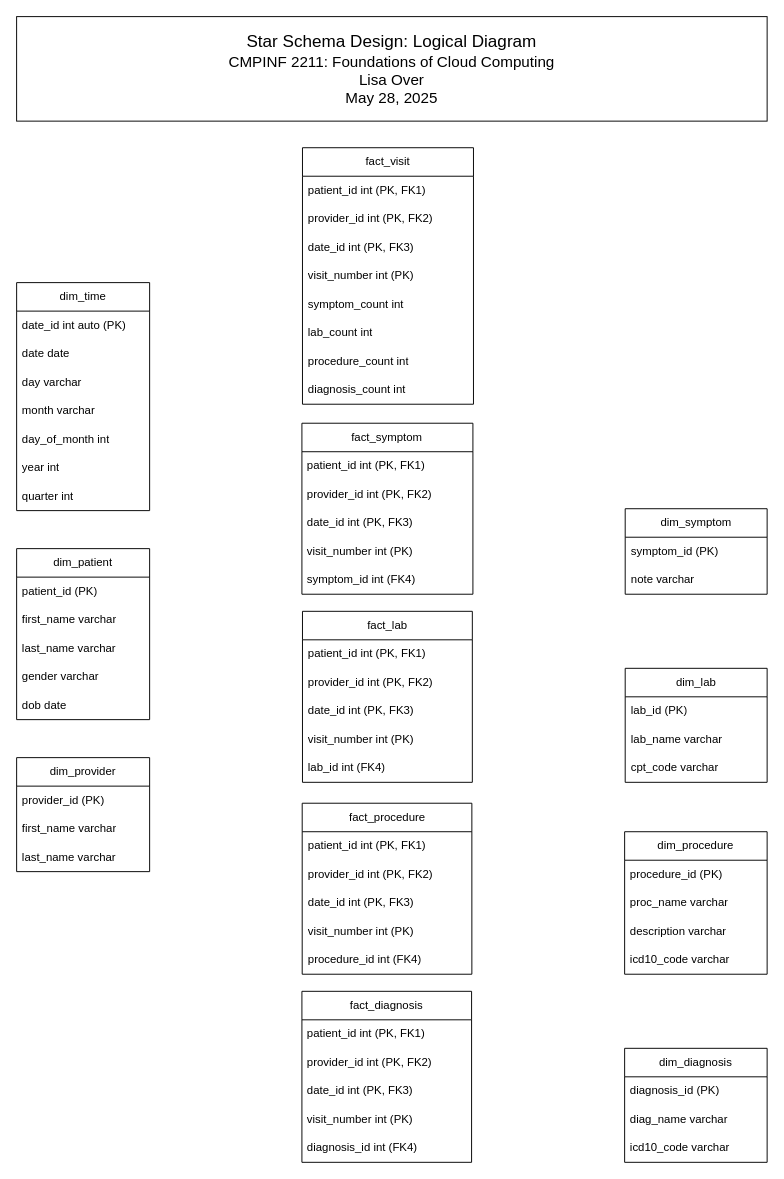
Before: EMR_Star_Schema/emr_star_schema_logic_diagram.drawio in sandbox-lisa/drawio, a draw.io diagram. Source tidied: cells renumbered, new cells numbered last; positions are measured from the earlier drawing's top-left corner, leaving out a move shared by most shapes. Both pictures are drawn from the tidied source at 95%, with x=0, y=0 at pixel (16, 16).
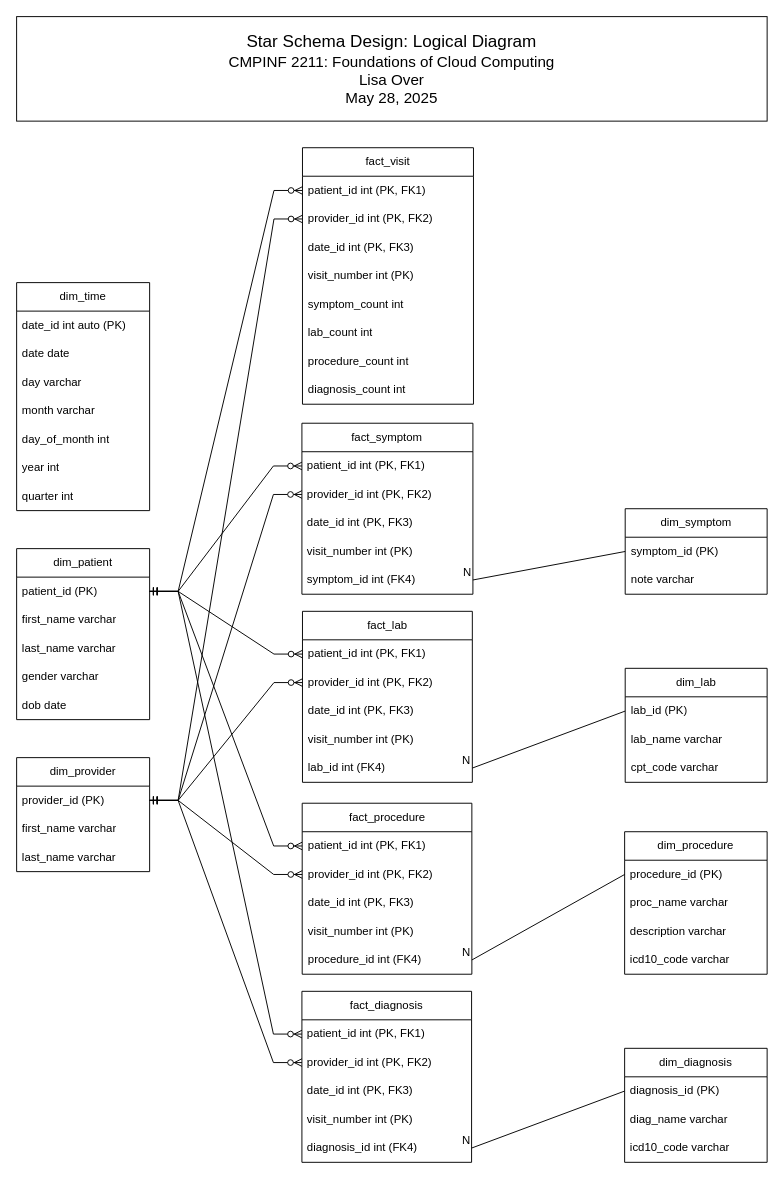
Above is the later version.

The change refers to these unchanged cells:
```xml
<mxCell id="3" value="patient_id int (PK, FK1)" style="text;strokeColor=none;fillColor=none;align=left;verticalAlign=middle;spacingLeft=4;spacingRight=4;overflow=hidden;points=[[0,0.5],[1,0.5]];portConstraint=eastwest;whiteSpace=wrap;html=1;" parent="2" vertex="1">
  <mxGeometry y="30" width="180" height="30" as="geometry" />
</mxCell>
<mxCell id="4" value="provider_id int (PK, FK2)" style="text;strokeColor=none;fillColor=none;align=left;verticalAlign=middle;spacingLeft=4;spacingRight=4;overflow=hidden;points=[[0,0.5],[1,0.5]];portConstraint=eastwest;whiteSpace=wrap;html=1;" parent="2" vertex="1">
  <mxGeometry y="60" width="180" height="30" as="geometry" />
</mxCell>
<mxCell id="20" value="patient_id (PK)" style="text;strokeColor=none;fillColor=none;align=left;verticalAlign=middle;spacingLeft=4;spacingRight=4;overflow=hidden;points=[[0,0.5],[1,0.5]];portConstraint=eastwest;whiteSpace=wrap;html=1;" parent="19" vertex="1">
  <mxGeometry y="30" width="140" height="30" as="geometry" />
</mxCell>
<mxCell id="26" value="provider_id (PK)" style="text;strokeColor=none;fillColor=none;align=left;verticalAlign=middle;spacingLeft=4;spacingRight=4;overflow=hidden;points=[[0,0.5],[1,0.5]];portConstraint=eastwest;whiteSpace=wrap;html=1;" parent="25" vertex="1">
  <mxGeometry y="30" width="140" height="30" as="geometry" />
</mxCell>
<mxCell id="30" value="diagnosis_id (PK)" style="text;strokeColor=none;fillColor=none;align=left;verticalAlign=middle;spacingLeft=4;spacingRight=4;overflow=hidden;points=[[0,0.5],[1,0.5]];portConstraint=eastwest;whiteSpace=wrap;html=1;" parent="29" vertex="1">
  <mxGeometry y="30" width="150" height="30" as="geometry" />
</mxCell>
<mxCell id="34" value="symptom_id (PK)" style="text;strokeColor=none;fillColor=none;align=left;verticalAlign=middle;spacingLeft=4;spacingRight=4;overflow=hidden;points=[[0,0.5],[1,0.5]];portConstraint=eastwest;whiteSpace=wrap;html=1;" parent="33" vertex="1">
  <mxGeometry y="30" width="149.4" height="30" as="geometry" />
</mxCell>
<mxCell id="38" value="patient_id int (PK, FK1)" style="text;strokeColor=none;fillColor=none;align=left;verticalAlign=middle;spacingLeft=4;spacingRight=4;overflow=hidden;points=[[0,0.5],[1,0.5]];portConstraint=eastwest;whiteSpace=wrap;html=1;" parent="37" vertex="1">
  <mxGeometry y="30" width="180" height="30" as="geometry" />
</mxCell>
<mxCell id="39" value="provider_id int (PK, FK2)" style="text;strokeColor=none;fillColor=none;align=left;verticalAlign=middle;spacingLeft=4;spacingRight=4;overflow=hidden;points=[[0,0.5],[1,0.5]];portConstraint=eastwest;whiteSpace=wrap;html=1;" parent="37" vertex="1">
  <mxGeometry y="60" width="180" height="30" as="geometry" />
</mxCell>
<mxCell id="42" value="symptom_id int&amp;nbsp;(FK4)" style="text;strokeColor=none;fillColor=none;align=left;verticalAlign=middle;spacingLeft=4;spacingRight=4;overflow=hidden;points=[[0,0.5],[1,0.5]];portConstraint=eastwest;whiteSpace=wrap;html=1;" parent="37" vertex="1">
  <mxGeometry y="150" width="180" height="30" as="geometry" />
</mxCell>
<mxCell id="44" value="patient_id int (PK, FK1)" style="text;strokeColor=none;fillColor=none;align=left;verticalAlign=middle;spacingLeft=4;spacingRight=4;overflow=hidden;points=[[0,0.5],[1,0.5]];portConstraint=eastwest;whiteSpace=wrap;html=1;" parent="43" vertex="1">
  <mxGeometry y="30" width="178.6" height="30" as="geometry" />
</mxCell>
<mxCell id="45" value="provider_id int (PK, FK2)" style="text;strokeColor=none;fillColor=none;align=left;verticalAlign=middle;spacingLeft=4;spacingRight=4;overflow=hidden;points=[[0,0.5],[1,0.5]];portConstraint=eastwest;whiteSpace=wrap;html=1;" parent="43" vertex="1">
  <mxGeometry y="60" width="178.6" height="30" as="geometry" />
</mxCell>
<mxCell id="48" value="procedure_id int&amp;nbsp;(FK4)" style="text;strokeColor=none;fillColor=none;align=left;verticalAlign=middle;spacingLeft=4;spacingRight=4;overflow=hidden;points=[[0,0.5],[1,0.5]];portConstraint=eastwest;whiteSpace=wrap;html=1;" parent="43" vertex="1">
  <mxGeometry y="150" width="178.6" height="30" as="geometry" />
</mxCell>
<mxCell id="50" value="patient_id int (PK, FK1)" style="text;strokeColor=none;fillColor=none;align=left;verticalAlign=middle;spacingLeft=4;spacingRight=4;overflow=hidden;points=[[0,0.5],[1,0.5]];portConstraint=eastwest;whiteSpace=wrap;html=1;" parent="49" vertex="1">
  <mxGeometry y="30" width="178.8" height="30" as="geometry" />
</mxCell>
<mxCell id="51" value="provider_id int (PK, FK2)" style="text;strokeColor=none;fillColor=none;align=left;verticalAlign=middle;spacingLeft=4;spacingRight=4;overflow=hidden;points=[[0,0.5],[1,0.5]];portConstraint=eastwest;whiteSpace=wrap;html=1;" parent="49" vertex="1">
  <mxGeometry y="60" width="178.8" height="30" as="geometry" />
</mxCell>
<mxCell id="54" value="lab_id&amp;nbsp;int&amp;nbsp;(FK4)" style="text;strokeColor=none;fillColor=none;align=left;verticalAlign=middle;spacingLeft=4;spacingRight=4;overflow=hidden;points=[[0,0.5],[1,0.5]];portConstraint=eastwest;whiteSpace=wrap;html=1;" parent="49" vertex="1">
  <mxGeometry y="150" width="178.8" height="30" as="geometry" />
</mxCell>
<mxCell id="56" value="patient_id int (PK, FK1)" style="text;strokeColor=none;fillColor=none;align=left;verticalAlign=middle;spacingLeft=4;spacingRight=4;overflow=hidden;points=[[0,0.5],[1,0.5]];portConstraint=eastwest;whiteSpace=wrap;html=1;" parent="55" vertex="1">
  <mxGeometry y="30" width="178.6" height="30" as="geometry" />
</mxCell>
<mxCell id="57" value="provider_id int (PK, FK2)" style="text;strokeColor=none;fillColor=none;align=left;verticalAlign=middle;spacingLeft=4;spacingRight=4;overflow=hidden;points=[[0,0.5],[1,0.5]];portConstraint=eastwest;whiteSpace=wrap;html=1;" parent="55" vertex="1">
  <mxGeometry y="60" width="178.6" height="30" as="geometry" />
</mxCell>
<mxCell id="60" value="diagnosis_id&amp;nbsp;int&amp;nbsp;(FK4)" style="text;strokeColor=none;fillColor=none;align=left;verticalAlign=middle;spacingLeft=4;spacingRight=4;overflow=hidden;points=[[0,0.5],[1,0.5]];portConstraint=eastwest;whiteSpace=wrap;html=1;" parent="55" vertex="1">
  <mxGeometry y="150" width="178.6" height="30" as="geometry" />
</mxCell>
<mxCell id="62" value="lab_id (PK)" style="text;strokeColor=none;fillColor=none;align=left;verticalAlign=middle;spacingLeft=4;spacingRight=4;overflow=hidden;points=[[0,0.5],[1,0.5]];portConstraint=eastwest;whiteSpace=wrap;html=1;" parent="61" vertex="1">
  <mxGeometry y="30" width="149.4" height="30" as="geometry" />
</mxCell>
<mxCell id="66" value="procedure_id (PK)" style="text;strokeColor=none;fillColor=none;align=left;verticalAlign=middle;spacingLeft=4;spacingRight=4;overflow=hidden;points=[[0,0.5],[1,0.5]];portConstraint=eastwest;whiteSpace=wrap;html=1;" parent="65" vertex="1">
  <mxGeometry y="30" width="150" height="30" as="geometry" />
</mxCell>
```

Change to the diagram source:
```diff
@@
+    <mxCell id="70" style="endArrow=none;html=1;rounded=0;exitX=0;exitY=0.5;exitDx=0;exitDy=0;entryX=1;entryY=0.5;entryDx=0;entryDy=0;" parent="1" edge="1" source="34" target="42">
+      <mxGeometry relative="1" as="geometry" />
+    </mxCell>
+    <mxCell id="71" value="N" style="html=1;whiteSpace=wrap;align=right;verticalAlign=bottom;" parent="70" vertex="1">
+      <mxGeometry x="1" relative="1" as="geometry" />
+    </mxCell>
+    <mxCell id="72" style="endArrow=none;html=1;rounded=0;exitX=0;exitY=0.5;exitDx=0;exitDy=0;entryX=1;entryY=0.5;entryDx=0;entryDy=0;" parent="1" edge="1" source="62" target="54">
+      <mxGeometry relative="1" as="geometry" />
+    </mxCell>
+    <mxCell id="73" value="N" style="html=1;whiteSpace=wrap;align=right;verticalAlign=bottom;" parent="72" vertex="1">
+      <mxGeometry x="1" relative="1" as="geometry" />
+    </mxCell>
+    <mxCell id="74" style="endArrow=none;html=1;rounded=0;exitX=0;exitY=0.5;exitDx=0;exitDy=0;entryX=1;entryY=0.5;entryDx=0;entryDy=0;" parent="1" edge="1" source="66" target="48">
+      <mxGeometry relative="1" as="geometry" />
+    </mxCell>
+    <mxCell id="75" value="N" style="html=1;whiteSpace=wrap;align=right;verticalAlign=bottom;" parent="74" vertex="1">
+      <mxGeometry x="1" relative="1" as="geometry" />
+    </mxCell>
+    <mxCell id="76" style="endArrow=none;html=1;rounded=0;exitX=0;exitY=0.5;exitDx=0;exitDy=0;entryX=1;entryY=0.5;entryDx=0;entryDy=0;" parent="1" edge="1" source="30" target="60">
+      <mxGeometry relative="1" as="geometry" />
+    </mxCell>
+    <mxCell id="77" value="N" style="html=1;whiteSpace=wrap;align=right;verticalAlign=bottom;" parent="76" vertex="1">
+      <mxGeometry x="1" relative="1" as="geometry" />
+    </mxCell>
+    <mxCell id="78" style="edgeStyle=entityRelationEdgeStyle;fontSize=12;html=1;endArrow=ERzeroToMany;startArrow=ERmandOne;rounded=0;entryX=0;entryY=0.5;entryDx=0;entryDy=0;exitX=1;exitY=0.5;exitDx=0;exitDy=0;" parent="1" edge="1" source="20" target="3">
+      <mxGeometry relative="1" as="geometry" />
+    </mxCell>
+    <mxCell id="79" style="edgeStyle=entityRelationEdgeStyle;fontSize=12;html=1;endArrow=ERzeroToMany;startArrow=ERmandOne;rounded=0;entryX=0;entryY=0.5;entryDx=0;entryDy=0;exitX=1;exitY=0.5;exitDx=0;exitDy=0;" parent="1" edge="1" source="20" target="38">
+      <mxGeometry relative="1" as="geometry" />
+    </mxCell>
+    <mxCell id="80" style="edgeStyle=entityRelationEdgeStyle;fontSize=12;html=1;endArrow=ERzeroToMany;startArrow=ERmandOne;rounded=0;entryX=0;entryY=0.5;entryDx=0;entryDy=0;exitX=1;exitY=0.5;exitDx=0;exitDy=0;" parent="1" edge="1" source="20" target="50">
+      <mxGeometry relative="1" as="geometry" />
+    </mxCell>
+    <mxCell id="81" style="edgeStyle=entityRelationEdgeStyle;fontSize=12;html=1;endArrow=ERzeroToMany;startArrow=ERmandOne;rounded=0;entryX=0;entryY=0.5;entryDx=0;entryDy=0;exitX=1;exitY=0.5;exitDx=0;exitDy=0;" parent="1" edge="1" source="20" target="44">
+      <mxGeometry relative="1" as="geometry" />
+    </mxCell>
+    <mxCell id="82" style="edgeStyle=entityRelationEdgeStyle;fontSize=12;html=1;endArrow=ERzeroToMany;startArrow=ERmandOne;rounded=0;entryX=0;entryY=0.5;entryDx=0;entryDy=0;exitX=1;exitY=0.5;exitDx=0;exitDy=0;" parent="1" edge="1" source="20" target="56">
+      <mxGeometry relative="1" as="geometry" />
+    </mxCell>
+    <mxCell id="83" style="edgeStyle=entityRelationEdgeStyle;fontSize=12;html=1;endArrow=ERzeroToMany;startArrow=ERmandOne;rounded=0;entryX=0;entryY=0.5;entryDx=0;entryDy=0;exitX=1;exitY=0.5;exitDx=0;exitDy=0;" parent="1" edge="1" source="26" target="4">
+      <mxGeometry relative="1" as="geometry" />
+    </mxCell>
+    <mxCell id="84" style="edgeStyle=entityRelationEdgeStyle;fontSize=12;html=1;endArrow=ERzeroToMany;startArrow=ERmandOne;rounded=0;entryX=0;entryY=0.5;entryDx=0;entryDy=0;exitX=1;exitY=0.5;exitDx=0;exitDy=0;" parent="1" edge="1" source="26" target="51">
+      <mxGeometry relative="1" as="geometry" />
+    </mxCell>
+    <mxCell id="85" style="edgeStyle=entityRelationEdgeStyle;fontSize=12;html=1;endArrow=ERzeroToMany;startArrow=ERmandOne;rounded=0;entryX=0;entryY=0.5;entryDx=0;entryDy=0;exitX=1;exitY=0.5;exitDx=0;exitDy=0;" parent="1" edge="1" source="26" target="57">
+      <mxGeometry relative="1" as="geometry" />
+    </mxCell>
+    <mxCell id="86" style="edgeStyle=entityRelationEdgeStyle;fontSize=12;html=1;endArrow=ERzeroToMany;startArrow=ERmandOne;rounded=0;exitX=1;exitY=0.5;exitDx=0;exitDy=0;entryX=0;entryY=0.5;entryDx=0;entryDy=0;" parent="1" edge="1" source="26" target="39">
+      <mxGeometry relative="1" as="geometry">
+        <Array as="points">
+          <mxPoint x="150" y="948" />
+          <mxPoint x="130" y="968" />
+          <mxPoint x="140" y="928" />
+        </Array>
+      </mxGeometry>
+    </mxCell>
+    <mxCell id="87" style="edgeStyle=entityRelationEdgeStyle;fontSize=12;html=1;endArrow=ERzeroToMany;startArrow=ERmandOne;rounded=0;exitX=1;exitY=0.5;exitDx=0;exitDy=0;entryX=0;entryY=0.5;entryDx=0;entryDy=0;" parent="1" edge="1" source="26" target="45">
+      <mxGeometry relative="1" as="geometry" />
+    </mxCell>
```
